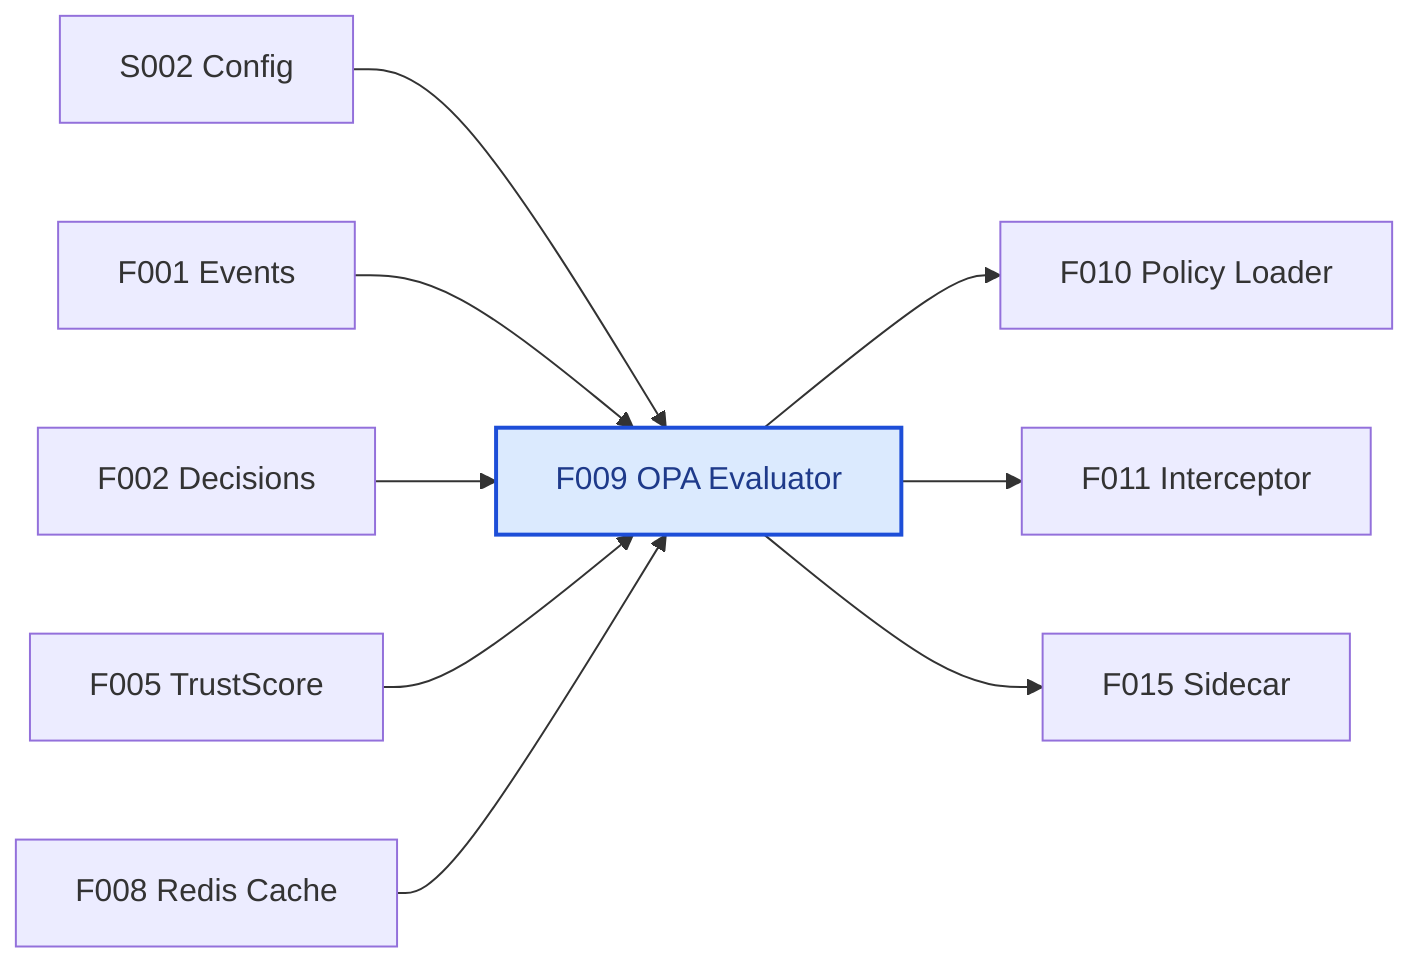
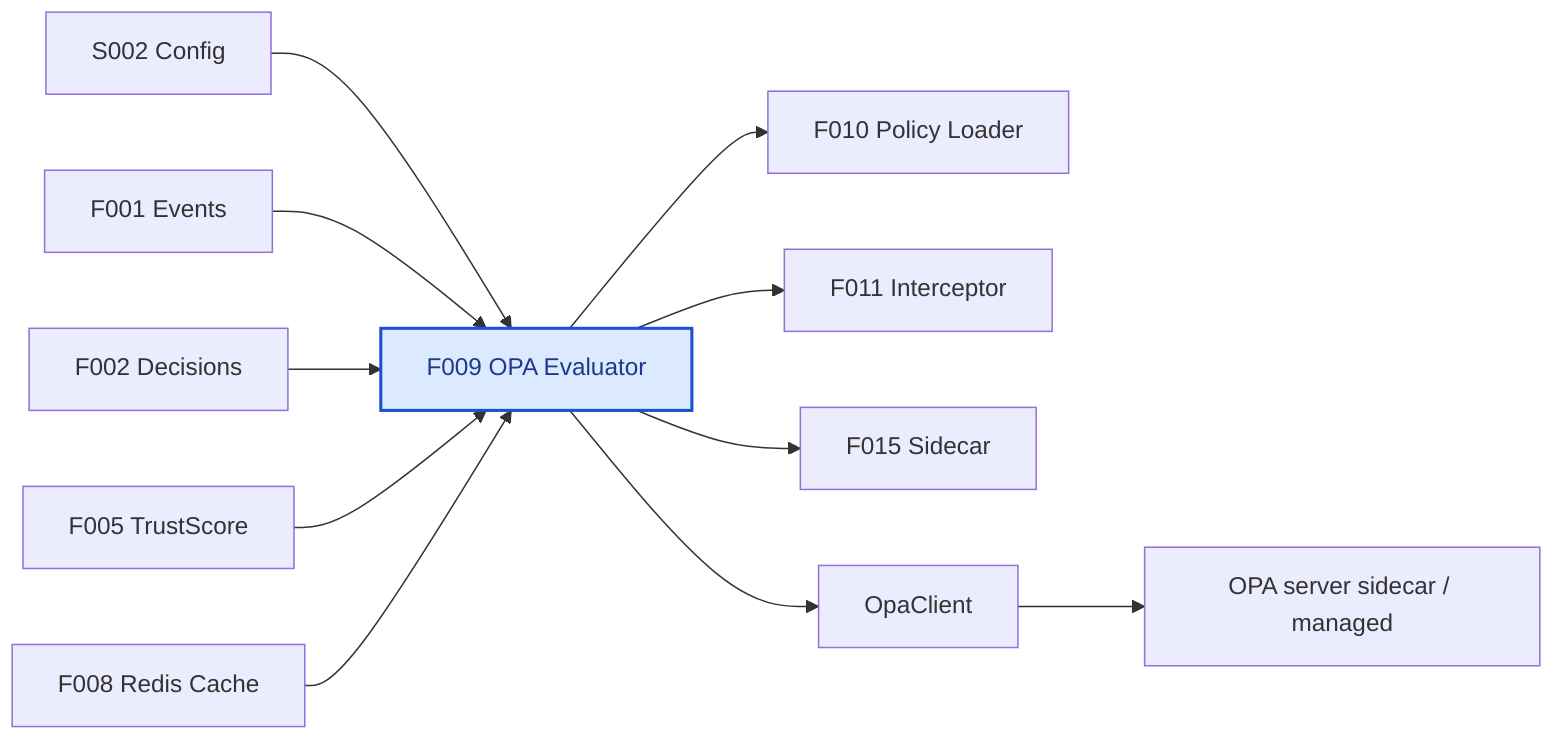
graph LR
    S002[S002 Config]
    F001[F001 Events]
    F002[F002 Decisions]
    F005[F005 TrustScore]
    F008[F008 Redis Cache]
    F009[F009 OPA Evaluator]
    F010[F010 Policy Loader]
    F011[F011 Interceptor]
    F015[F015 Sidecar]
+     OPACLIENT[OpaClient]
+     OPA[OPA server sidecar / managed]

    S002 --> F009
    F001 --> F009
    F002 --> F009
    F005 --> F009
    F008 --> F009
+     F009 --> OPACLIENT
+     OPACLIENT --> OPA
    F009 --> F010
    F009 --> F011
    F009 --> F015

    style F009 fill:#dbeafe,stroke:#1d4ed8,stroke-width:2px,color:#1e3a8a
